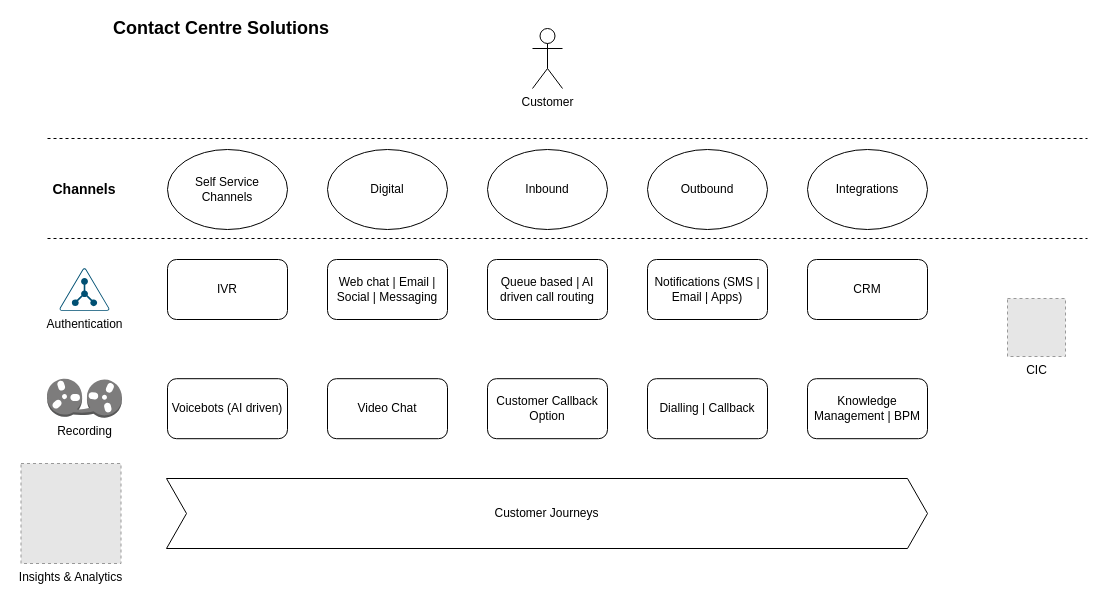
Earlier version of the draw.io diagram Untitled Diagram.drawio (mayankmotani89/Demo). Source tidied: cells renumbered, new cells numbered last; positions are measured from the earlier drawing's top-left corner, leaving out a move shared by most shapes. Both pictures are drawn from the tidied source at 100%, with x=0, y=0 at pixel (21, 18). Pictures stored in the file or linked from it are replaced by grey dashed boxes.
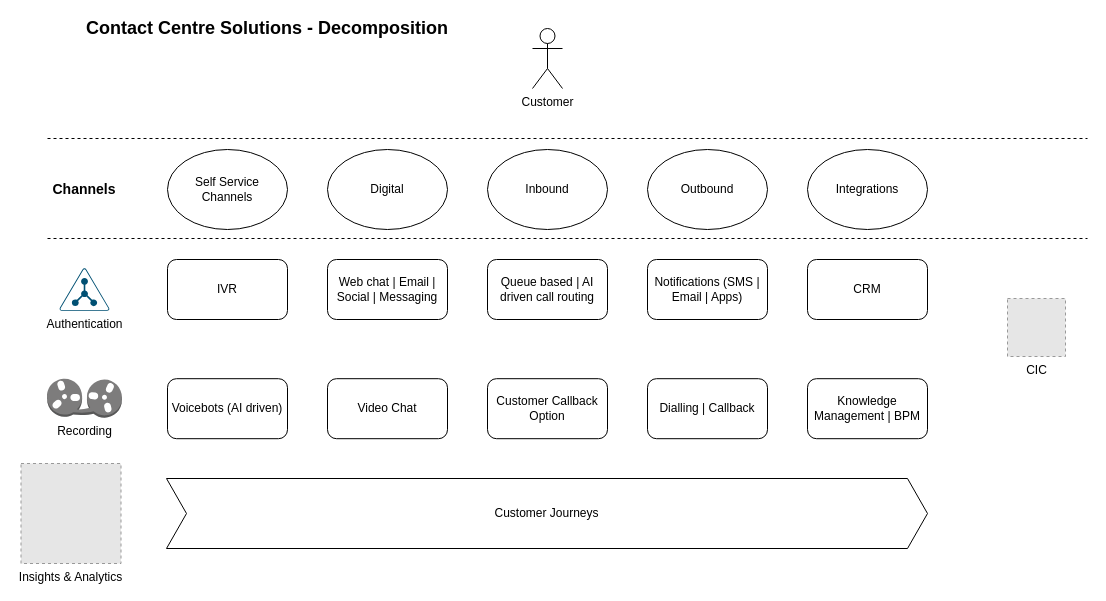
The same diagram, later.

Change to the diagram source:
```diff
@@
-    <mxCell id="26" value="&lt;font size=&quot;1&quot;&gt;&lt;b style=&quot;font-size: 18px&quot;&gt;Contact Centre Solutions&lt;/b&gt;&lt;/font&gt;" style="text;html=1;strokeColor=none;fillColor=none;align=center;verticalAlign=middle;whiteSpace=wrap;rounded=0;" parent="1" vertex="1">
-      <mxGeometry x="36" width="328" height="20" as="geometry" />
+    <mxCell id="26" value="&lt;font size=&quot;1&quot;&gt;&lt;b style=&quot;font-size: 18px&quot;&gt;Contact Centre Solutions - Decomposition&lt;/b&gt;&lt;/font&gt;" style="text;html=1;strokeColor=none;fillColor=none;align=center;verticalAlign=middle;whiteSpace=wrap;rounded=0;" parent="1" vertex="1">
+      <mxGeometry x="36" width="420" height="20" as="geometry" />
     </mxCell>
```
